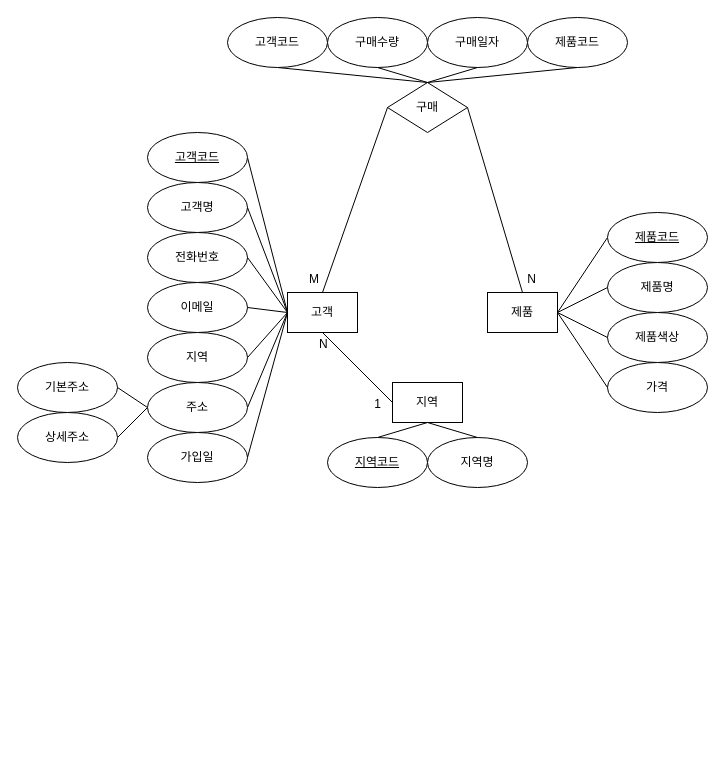
Before: product.drawio in Eehnodu/DBStudy, a draw.io diagram. Source tidied: cells renumbered, new cells numbered last; positions are measured from the earlier drawing's top-left corner, leaving out a move shared by most shapes. Both pictures are drawn from the tidied source at 100%, with x=0, y=0 at pixel (17, 17).
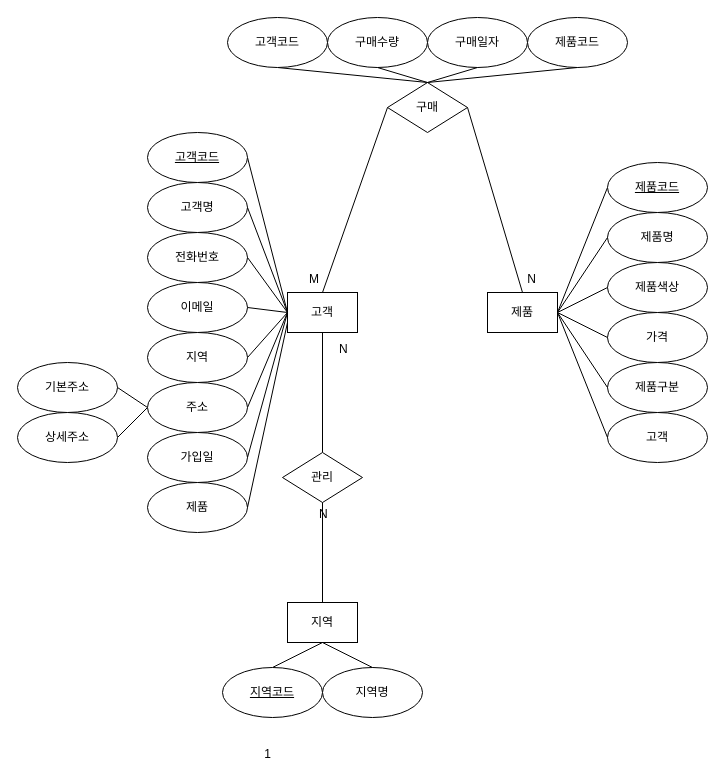
The same page after the edit.

Unchanged cells that the change refers to:
```xml
<mxCell id="2" value="고객" style="rounded=0;whiteSpace=wrap;html=1;" parent="1" vertex="1">
  <mxGeometry x="270" y="275" width="70" height="40" as="geometry" />
</mxCell>
<mxCell id="3" value="제품" style="rounded=0;whiteSpace=wrap;html=1;" parent="1" vertex="1">
  <mxGeometry x="470" y="275" width="70" height="40" as="geometry" />
</mxCell>
```

What changed in the source:
```diff
@@
     <mxCell id="4" value="지역" style="rounded=0;whiteSpace=wrap;html=1;" parent="1" vertex="1">
-      <mxGeometry x="375" y="365" width="70" height="40" as="geometry" />
+      <mxGeometry x="270" y="585" width="70" height="40" as="geometry" />
     </mxCell>
     <mxCell id="5" value="지역명" style="ellipse;whiteSpace=wrap;html=1;" parent="1" vertex="1">
-      <mxGeometry x="410" y="420" width="100" height="50" as="geometry" />
+      <mxGeometry x="305" y="650" width="100" height="50" as="geometry" />
     </mxCell>
@@
     <mxCell id="14" value="제품색상" style="ellipse;whiteSpace=wrap;html=1;" parent="1" vertex="1">
-      <mxGeometry x="590" y="295" width="100" height="50" as="geometry" />
+      <mxGeometry x="590" y="245" width="100" height="50" as="geometry" />
     </mxCell>
     <mxCell id="15" value="가격" style="ellipse;whiteSpace=wrap;html=1;" parent="1" vertex="1">
-      <mxGeometry x="590" y="345" width="100" height="50" as="geometry" />
+      <mxGeometry x="590" y="295" width="100" height="50" as="geometry" />
     </mxCell>
@@
     <mxCell id="17" value="제품명" style="ellipse;whiteSpace=wrap;html=1;" parent="1" vertex="1">
-      <mxGeometry x="590" y="245" width="100" height="50" as="geometry" />
+      <mxGeometry x="590" y="195" width="100" height="50" as="geometry" />
     </mxCell>
@@
-    <mxCell id="36" style="endArrow=none;html=1;rounded=0;entryX=0;entryY=0.5;entryDx=0;entryDy=0;exitX=0.5;exitY=1;exitDx=0;exitDy=0;" parent="1" edge="1" source="2" target="4">
+    <mxCell id="36" style="endArrow=none;html=1;rounded=0;entryX=0.5;entryY=0;entryDx=0;entryDy=0;exitX=0.5;exitY=1;exitDx=0;exitDy=0;" parent="1" edge="1" source="2" target="53">
       <mxGeometry relative="1" as="geometry" />
     </mxCell>
     <mxCell id="37" value="N" style="html=1;whiteSpace=wrap;align=left;verticalAlign=bottom;" parent="36" vertex="1">
       <mxGeometry x="-1" relative="1" as="geometry">
-        <mxPoint x="-5" y="20" as="offset" />
+        <mxPoint x="15" y="25" as="offset" />
       </mxGeometry>
     </mxCell>
-    <mxCell id="38" value="1" style="html=1;whiteSpace=wrap;align=right;verticalAlign=bottom;" parent="36" vertex="1">
-      <mxGeometry x="1" relative="1" as="geometry">
-        <mxPoint x="-10" y="10" as="offset" />
-      </mxGeometry>
-    </mxCell>
@@
     <mxCell id="43" value="지역코드" style="ellipse;whiteSpace=wrap;html=1;align=center;fontStyle=4;" parent="1" vertex="1">
-      <mxGeometry x="310" y="420" width="100" height="50" as="geometry" />
+      <mxGeometry x="205" y="650" width="100" height="50" as="geometry" />
     </mxCell>
     <mxCell id="44" value="제품코드" style="ellipse;whiteSpace=wrap;html=1;align=center;fontStyle=4;" parent="1" vertex="1">
-      <mxGeometry x="590" y="195" width="100" height="50" as="geometry" />
+      <mxGeometry x="590" y="145" width="100" height="50" as="geometry" />
     </mxCell>
@@
+    <mxCell id="51" value="제품" style="ellipse;whiteSpace=wrap;html=1;" parent="1" vertex="1">
+      <mxGeometry x="130" y="465" width="100" height="50" as="geometry" />
+    </mxCell>
+    <mxCell id="52" style="endArrow=none;html=1;rounded=0;exitX=1;exitY=0.5;exitDx=0;exitDy=0;entryX=0;entryY=0.75;entryDx=0;entryDy=0;" parent="1" edge="1" source="51" target="2">
+      <mxGeometry relative="1" as="geometry" />
+    </mxCell>
+    <mxCell id="53" value="관리" style="rhombus;whiteSpace=wrap;html=1;" parent="1" vertex="1">
+      <mxGeometry x="265" y="435" width="80" height="50" as="geometry" />
+    </mxCell>
+    <mxCell id="54" style="endArrow=none;html=1;rounded=0;entryX=0.5;entryY=0;entryDx=0;entryDy=0;exitX=0.5;exitY=1;exitDx=0;exitDy=0;" parent="1" edge="1" source="53" target="4">
+      <mxGeometry relative="1" as="geometry" />
+    </mxCell>
+    <mxCell id="55" value="N" style="html=1;whiteSpace=wrap;align=left;verticalAlign=bottom;" parent="54" vertex="1">
+      <mxGeometry x="-1" relative="1" as="geometry">
+        <mxPoint x="-5" y="20" as="offset" />
+      </mxGeometry>
+    </mxCell>
+    <mxCell id="38" value="1" style="html=1;whiteSpace=wrap;align=right;verticalAlign=bottom;" parent="54" vertex="1">
+      <mxGeometry x="1" relative="1" as="geometry">
+        <mxPoint x="-50" y="160" as="offset" />
+      </mxGeometry>
+    </mxCell>
+    <mxCell id="56" value="제품구분" style="ellipse;whiteSpace=wrap;html=1;" parent="1" vertex="1">
+      <mxGeometry x="590" y="345" width="100" height="50" as="geometry" />
+    </mxCell>
+    <mxCell id="57" value="고객" style="ellipse;whiteSpace=wrap;html=1;" parent="1" vertex="1">
+      <mxGeometry x="590" y="395" width="100" height="50" as="geometry" />
+    </mxCell>
+    <mxCell id="58" style="endArrow=none;html=1;rounded=0;exitX=1;exitY=0.5;exitDx=0;exitDy=0;entryX=0;entryY=0.5;entryDx=0;entryDy=0;" parent="1" edge="1" source="3" target="56">
+      <mxGeometry relative="1" as="geometry" />
+    </mxCell>
+    <mxCell id="59" style="endArrow=none;html=1;rounded=0;exitX=1;exitY=0.5;exitDx=0;exitDy=0;entryX=0;entryY=0.5;entryDx=0;entryDy=0;" parent="1" edge="1" source="3" target="57">
+      <mxGeometry relative="1" as="geometry" />
+    </mxCell>
```
